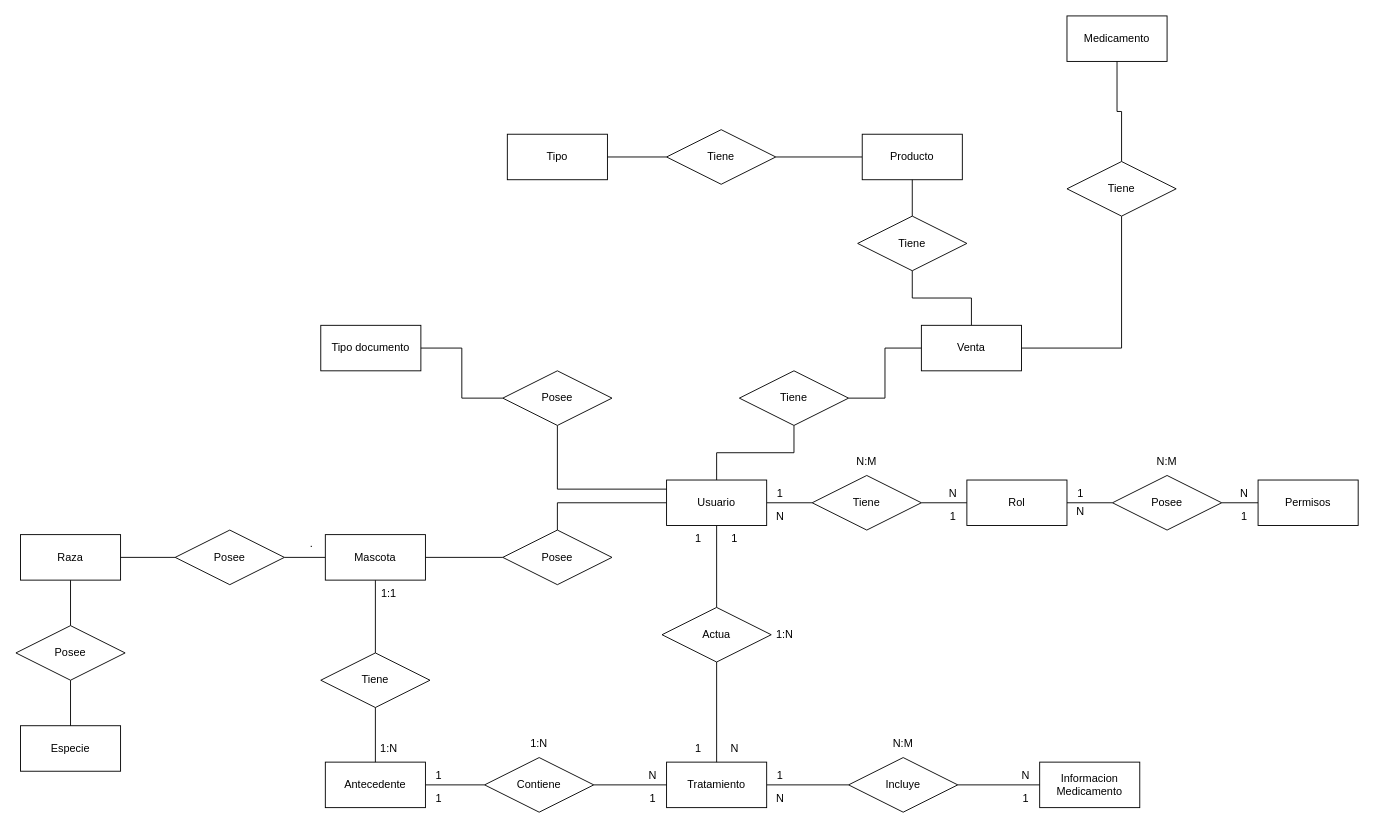
Before: MySQL/Diagrama sin título.drawio in JojanDev/pipos_frontend_v2, a draw.io diagram. Source tidied: cells renumbered, new cells numbered last; positions are measured from the earlier drawing's top-left corner, leaving out a move shared by most shapes. Both pictures are drawn from the tidied source at 91%, with x=0, y=0 at pixel (15, 15).
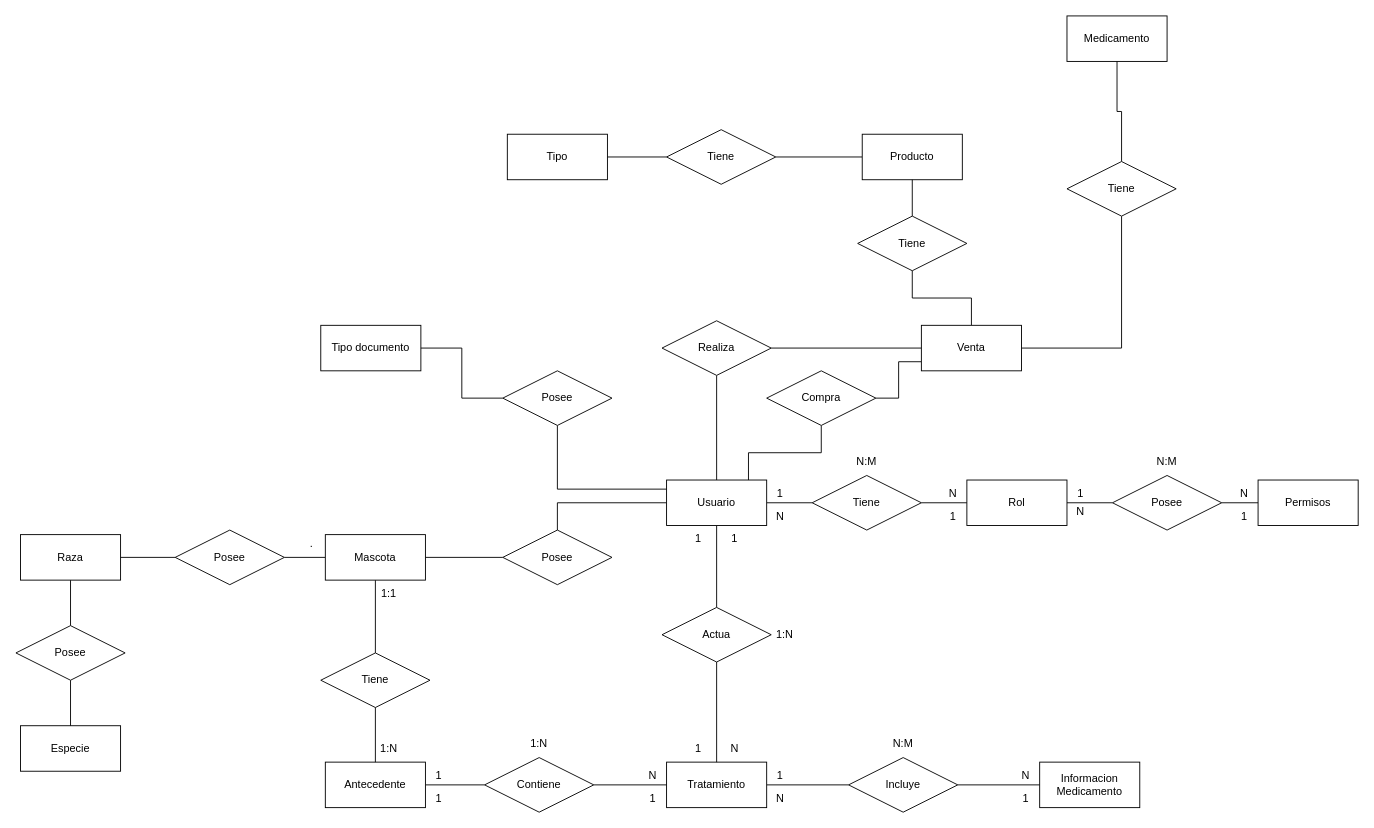
Above is the later version.

Unchanged cells that the change refers to:
```xml
<mxCell id="7" value="Usuario" style="html=1;whiteSpace=wrap;" parent="1" vertex="1">
  <mxGeometry x="715" y="510" width="110" height="50" as="geometry" />
</mxCell>
<mxCell id="36" value="Venta" style="html=1;whiteSpace=wrap;" parent="1" vertex="1">
  <mxGeometry x="995" y="340" width="110" height="50" as="geometry" />
</mxCell>
```

Change to the diagram source:
```diff
@@
+    <mxCell id="86" style="edgeStyle=orthogonalEdgeStyle;rounded=0;jettySize=auto;html=1;endArrow=none;endFill=0;" parent="1" edge="1" source="36" target="88">
+      <mxGeometry relative="1" as="geometry">
+        <Array as="points">
+          <mxPoint x="970" y="380" />
+          <mxPoint x="970" y="420" />
+        </Array>
+      </mxGeometry>
+    </mxCell>
@@
-    <mxCell id="43" value="Tiene" style="shape=rhombus;perimeter=rhombusPerimeter;whiteSpace=wrap;html=1;align=center;" parent="1" vertex="1">
-      <mxGeometry x="795" y="390" width="120" height="60" as="geometry" />
+    <mxCell id="43" value="Realiza" style="shape=rhombus;perimeter=rhombusPerimeter;whiteSpace=wrap;html=1;align=center;" parent="1" vertex="1">
+      <mxGeometry x="710" y="335" width="120" height="60" as="geometry" />
     </mxCell>
@@
+    <mxCell id="87" style="edgeStyle=orthogonalEdgeStyle;rounded=0;jettySize=auto;html=1;endArrow=none;endFill=0;" parent="1" edge="1" source="88" target="7">
+      <mxGeometry relative="1" as="geometry">
+        <Array as="points">
+          <mxPoint x="885" y="480" />
+          <mxPoint x="805" y="480" />
+        </Array>
+      </mxGeometry>
+    </mxCell>
+    <mxCell id="88" value="Compra" style="shape=rhombus;perimeter=rhombusPerimeter;whiteSpace=wrap;html=1;align=center;" parent="1" vertex="1">
+      <mxGeometry x="825" y="390" width="120" height="60" as="geometry" />
+    </mxCell>
```
